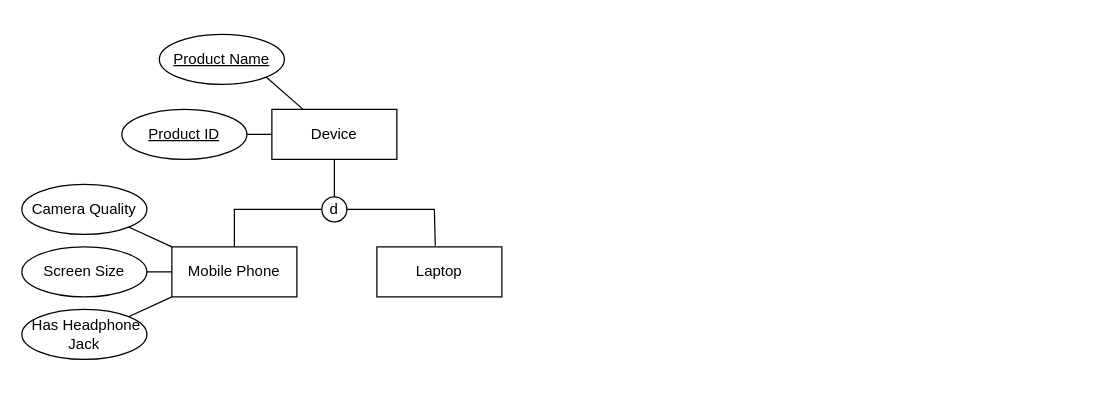
Before: page "Page-4" (4 of 4) of Untitled Diagram.drawio in harry-sunhao/52pojie, a draw.io diagram. Source tidied: cells renumbered, new cells numbered last; positions are measured from the earlier drawing's top-left corner, leaving out a move shared by most shapes. Both pictures are drawn from the tidied source at 125%, with x=0, y=0 at pixel (21, 34).
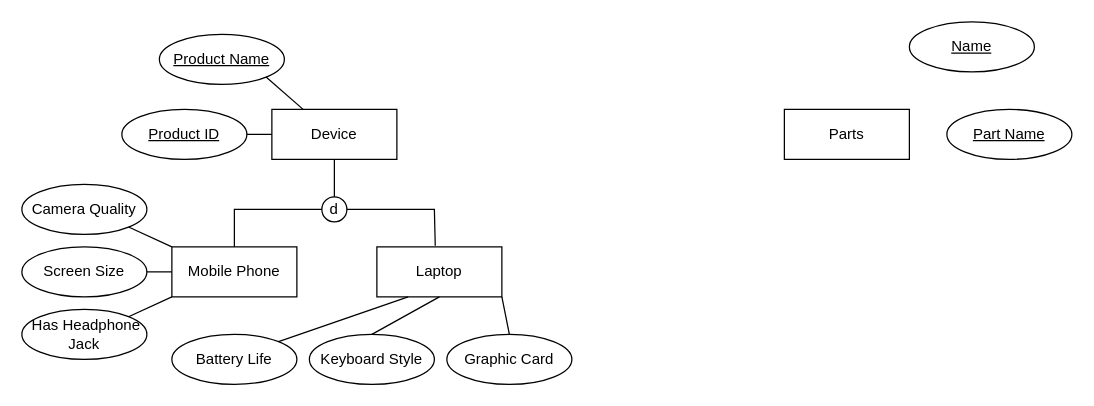
Above is the later version.

The change refers to these unchanged cells:
```xml
<mxCell id="12" value="Laptop" style="whiteSpace=wrap;html=1;align=center;" parent="1" vertex="1">
  <mxGeometry x="284" y="170" width="100" height="40" as="geometry" />
</mxCell>
```

What changed in the source:
```diff
@@
+    <mxCell id="19" value="Keyboard Style" style="ellipse;whiteSpace=wrap;html=1;align=center;" parent="1" vertex="1">
+      <mxGeometry x="230" y="240" width="100" height="40" as="geometry" />
+    </mxCell>
+    <mxCell id="20" style="endArrow=none;html=1;rounded=0;entryX=0.5;entryY=1;entryDx=0;entryDy=0;exitX=0.5;exitY=0;exitDx=0;exitDy=0;" parent="1" edge="1" source="19" target="12">
+      <mxGeometry relative="1" as="geometry" />
+    </mxCell>
+    <mxCell id="21" value="Battery Life" style="ellipse;whiteSpace=wrap;html=1;align=center;" parent="1" vertex="1">
+      <mxGeometry x="120" y="240" width="100" height="40" as="geometry" />
+    </mxCell>
+    <mxCell id="22" style="endArrow=none;html=1;rounded=0;entryX=0.25;entryY=1;entryDx=0;entryDy=0;exitX=1;exitY=0;exitDx=0;exitDy=0;" parent="1" edge="1" source="21" target="12">
+      <mxGeometry relative="1" as="geometry" />
+    </mxCell>
+    <mxCell id="23" value="Graphic Card" style="ellipse;whiteSpace=wrap;html=1;align=center;" parent="1" vertex="1">
+      <mxGeometry x="340" y="240" width="100" height="40" as="geometry" />
+    </mxCell>
+    <mxCell id="24" style="endArrow=none;html=1;rounded=0;entryX=1;entryY=1;entryDx=0;entryDy=0;exitX=0.5;exitY=0;exitDx=0;exitDy=0;" parent="1" edge="1" source="23" target="12">
+      <mxGeometry relative="1" as="geometry" />
+    </mxCell>
+    <mxCell id="25" value="Parts" style="whiteSpace=wrap;html=1;align=center;" parent="1" vertex="1">
+      <mxGeometry x="610" y="60" width="100" height="40" as="geometry" />
+    </mxCell>
+    <mxCell id="26" value="Name" style="ellipse;whiteSpace=wrap;html=1;align=center;fontStyle=4;" parent="1" vertex="1">
+      <mxGeometry x="710" y="-10" width="100" height="40" as="geometry" />
+    </mxCell>
+    <mxCell id="27" value="Part Name" style="ellipse;whiteSpace=wrap;html=1;align=center;fontStyle=4;" parent="1" vertex="1">
+      <mxGeometry x="740" y="60" width="100" height="40" as="geometry" />
+    </mxCell>
```
